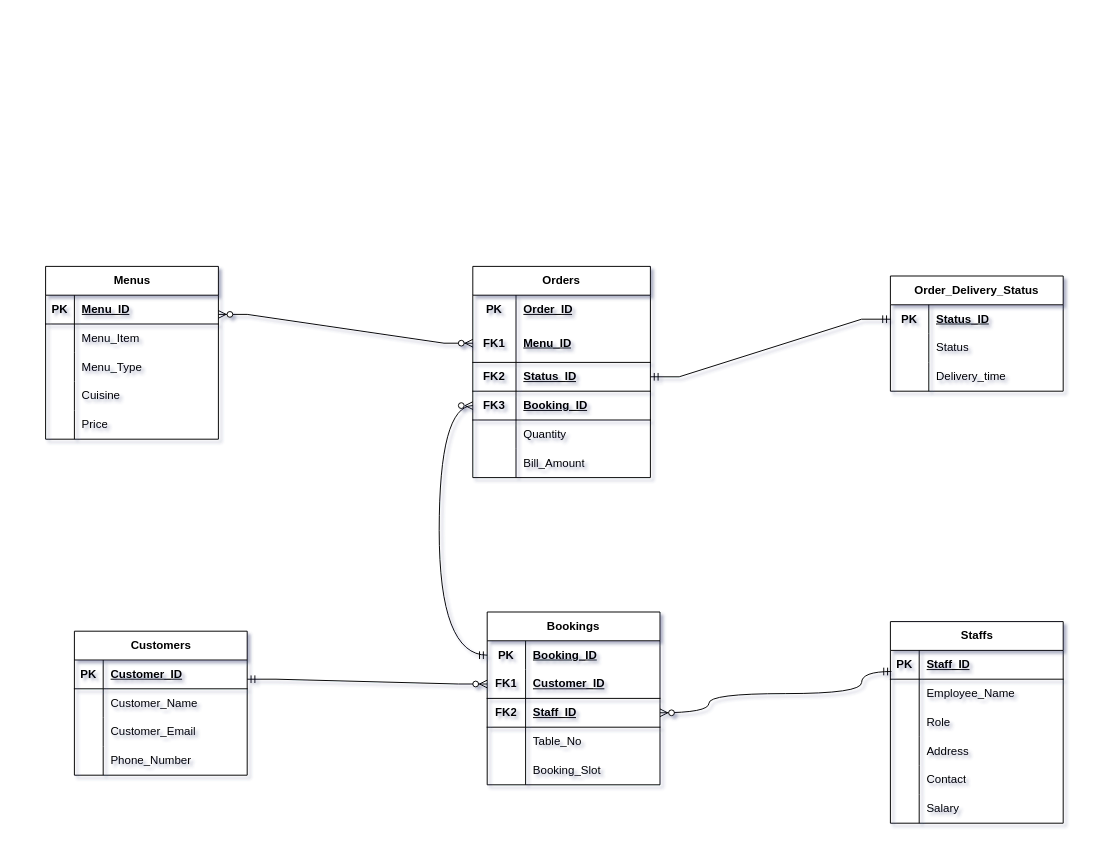
The draw.io diagram page "Page-2" (2 of 2) of Little_Lemon ER-Diagram.drawio in mafio039/db-capstone-project, before the edit. Source tidied: cells renumbered, new cells numbered last; positions are measured from the earlier drawing's top-left corner, leaving out a move shared by most shapes. Both pictures are drawn from the tidied source at 96%, with x=0, y=0 at pixel (45, 208).
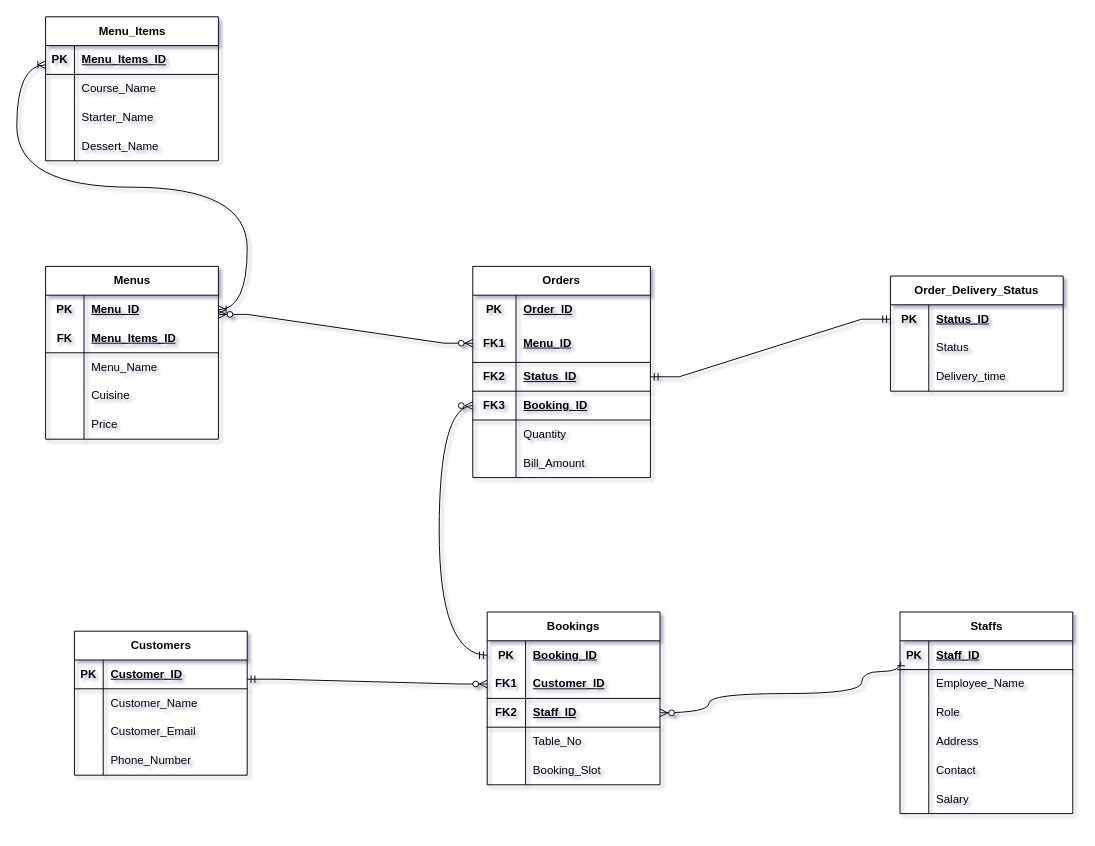
Above is the later version.

The change refers to these unchanged cells:
```xml
<mxCell id="2" value="Menus" style="shape=table;startSize=30;childLayout=tableLayout;rowLines=0;fontStyle=1;align=center;html=1;" parent="1" vertex="1">
  <mxGeometry y="60" width="180" height="180" as="geometry" />
</mxCell>
<mxCell id="9" style="shape=tableRow;horizontal=0;startSize=0;swimlaneHead=0;swimlaneBody=0;fillColor=none;top=0;left=0;right=0;bottom=0;" parent="2" vertex="1">
  <mxGeometry y="90" width="180" height="30" as="geometry" />
</mxCell>
<mxCell id="12" style="shape=tableRow;horizontal=0;startSize=0;swimlaneHead=0;swimlaneBody=0;fillColor=none;top=0;left=0;right=0;bottom=0;" parent="2" vertex="1">
  <mxGeometry y="120" width="180" height="30" as="geometry" />
</mxCell>
<mxCell id="15" style="shape=tableRow;horizontal=0;startSize=0;swimlaneHead=0;swimlaneBody=0;fillColor=none;top=0;left=0;right=0;bottom=0;" parent="2" vertex="1">
  <mxGeometry y="150" width="180" height="30" as="geometry" />
</mxCell>
```

What changed in the source:
```diff
@@
-    <mxCell id="3" style="shape=tableRow;horizontal=0;startSize=0;swimlaneHead=0;swimlaneBody=0;fillColor=none;top=0;left=0;right=0;bottom=1;" parent="2" vertex="1">
-      <mxGeometry y="30" width="180" height="30" as="geometry" />
-    </mxCell>
-    <mxCell id="4" value="PK" style="shape=partialRectangle;fillColor=none;top=0;left=0;bottom=0;right=0;fontStyle=1;overflow=hidden;whiteSpace=wrap;html=1;" parent="3" vertex="1">
-      <mxGeometry width="30" height="30" as="geometry" />
-    </mxCell>
+    <mxCell id="100" style="shape=tableRow;horizontal=0;startSize=0;swimlaneHead=0;swimlaneBody=0;fillColor=none;points=[[0,0.5],[1,0.5]];portConstraint=eastwest;top=0;left=0;right=0;bottom=0;html=1;" parent="2" vertex="1">
+      <mxGeometry y="30" width="180" height="30" as="geometry" />
+    </mxCell>
+    <mxCell id="101" value="PK" style="shape=partialRectangle;fillColor=none;top=0;left=0;bottom=0;right=0;fontStyle=1;overflow=hidden;html=1;whiteSpace=wrap;" parent="100" vertex="1">
+      <mxGeometry width="40" height="30" as="geometry" />
+    </mxCell>
-    <mxCell id="5" value="Menu_ID" style="shape=partialRectangle;fillColor=none;top=0;left=0;bottom=0;right=0;align=left;spacingLeft=6;fontStyle=5;overflow=hidden;whiteSpace=wrap;html=1;" parent="3" vertex="1">
-      <mxGeometry x="30" width="150" height="30" as="geometry" />
+    <mxCell id="5" value="Menu_ID" style="shape=partialRectangle;fillColor=none;top=0;left=0;bottom=0;right=0;align=left;spacingLeft=6;fontStyle=5;overflow=hidden;html=1;whiteSpace=wrap;" parent="100" vertex="1">
+      <mxGeometry x="40" width="140" height="30" as="geometry" />
     </mxCell>
-    <mxCell id="6" style="shape=tableRow;horizontal=0;startSize=0;swimlaneHead=0;swimlaneBody=0;fillColor=none;top=0;left=0;right=0;bottom=0;" parent="2" vertex="1">
-      <mxGeometry y="60" width="180" height="30" as="geometry" />
-    </mxCell>
-    <mxCell id="7" style="shape=partialRectangle;fillColor=none;top=0;left=0;bottom=0;right=0;overflow=hidden;whiteSpace=wrap;html=1;" parent="6" vertex="1">
-      <mxGeometry width="30" height="30" as="geometry" />
-    </mxCell>
-    <mxCell id="8" value="Menu_Item" style="shape=partialRectangle;fillColor=none;top=0;left=0;bottom=0;right=0;align=left;spacingLeft=6;overflow=hidden;whiteSpace=wrap;html=1;" parent="6" vertex="1">
-      <mxGeometry x="30" width="150" height="30" as="geometry" />
-    </mxCell>
+    <mxCell id="102" style="shape=tableRow;horizontal=0;startSize=0;swimlaneHead=0;swimlaneBody=0;fillColor=none;top=0;left=0;right=0;bottom=1;html=1;" parent="2" vertex="1">
+      <mxGeometry y="60" width="180" height="30" as="geometry" />
+    </mxCell>
+    <mxCell id="103" value="FK" style="shape=partialRectangle;fillColor=none;top=0;left=0;bottom=0;right=0;fontStyle=1;overflow=hidden;html=1;whiteSpace=wrap;" parent="102" vertex="1">
+      <mxGeometry width="40" height="30" as="geometry" />
+    </mxCell>
+    <mxCell id="104" value="Menu_Items_ID" style="shape=partialRectangle;fillColor=none;top=0;left=0;bottom=0;right=0;align=left;spacingLeft=6;fontStyle=5;overflow=hidden;html=1;whiteSpace=wrap;" parent="102" vertex="1">
+      <mxGeometry x="40" width="140" height="30" as="geometry" />
+    </mxCell>
@@
     <mxCell id="10" style="shape=partialRectangle;fillColor=none;top=0;left=0;bottom=0;right=0;overflow=hidden;whiteSpace=wrap;html=1;" parent="9" vertex="1">
-      <mxGeometry width="30" height="30" as="geometry" />
+      <mxGeometry width="40" height="30" as="geometry" />
     </mxCell>
-    <mxCell id="11" value="Menu_Type" style="shape=partialRectangle;fillColor=none;top=0;left=0;bottom=0;right=0;align=left;spacingLeft=6;overflow=hidden;whiteSpace=wrap;html=1;" parent="9" vertex="1">
-      <mxGeometry x="30" width="150" height="30" as="geometry" />
+    <mxCell id="11" value="Menu_Name" style="shape=partialRectangle;fillColor=none;top=0;left=0;bottom=0;right=0;align=left;spacingLeft=6;overflow=hidden;whiteSpace=wrap;html=1;" parent="9" vertex="1">
+      <mxGeometry x="40" width="140" height="30" as="geometry" />
     </mxCell>
@@
     <mxCell id="13" style="shape=partialRectangle;fillColor=none;top=0;left=0;bottom=0;right=0;overflow=hidden;whiteSpace=wrap;html=1;" parent="12" vertex="1">
-      <mxGeometry width="30" height="30" as="geometry" />
+      <mxGeometry width="40" height="30" as="geometry" />
     </mxCell>
     <mxCell id="14" value="Cuisine&amp;nbsp;" style="shape=partialRectangle;fillColor=none;top=0;left=0;bottom=0;right=0;align=left;spacingLeft=6;overflow=hidden;whiteSpace=wrap;html=1;" parent="12" vertex="1">
-      <mxGeometry x="30" width="150" height="30" as="geometry" />
+      <mxGeometry x="40" width="140" height="30" as="geometry" />
     </mxCell>
@@
     <mxCell id="16" style="shape=partialRectangle;fillColor=none;top=0;left=0;bottom=0;right=0;overflow=hidden;whiteSpace=wrap;html=1;" parent="15" vertex="1">
-      <mxGeometry width="30" height="30" as="geometry" />
+      <mxGeometry width="40" height="30" as="geometry" />
     </mxCell>
     <mxCell id="17" value="Price" style="shape=partialRectangle;fillColor=none;top=0;left=0;bottom=0;right=0;align=left;spacingLeft=6;overflow=hidden;whiteSpace=wrap;html=1;" parent="15" vertex="1">
-      <mxGeometry x="30" width="150" height="30" as="geometry" />
+      <mxGeometry x="40" width="140" height="30" as="geometry" />
     </mxCell>
@@
     <mxCell id="67" value="Staffs" style="shape=table;startSize=30;childLayout=tableLayout;rowLines=0;fontStyle=1;align=center;html=1;" parent="1" vertex="1">
-      <mxGeometry x="880" y="430" width="180" height="210" as="geometry" />
+      <mxGeometry x="890" y="420" width="180" height="210" as="geometry" />
     </mxCell>
@@
+    <mxCell id="105" value="Menu_Items" style="shape=table;startSize=30;childLayout=tableLayout;rowLines=0;fontStyle=1;align=center;html=1;" parent="1" vertex="1">
+      <mxGeometry y="-200" width="180" height="150" as="geometry" />
+    </mxCell>
+    <mxCell id="3" style="shape=tableRow;horizontal=0;startSize=0;swimlaneHead=0;swimlaneBody=0;fillColor=none;top=0;left=0;right=0;bottom=1;" parent="105" vertex="1">
+      <mxGeometry y="30" width="180" height="30" as="geometry" />
+    </mxCell>
+    <mxCell id="4" value="PK" style="shape=partialRectangle;fillColor=none;top=0;left=0;bottom=0;right=0;fontStyle=1;overflow=hidden;whiteSpace=wrap;html=1;" parent="3" vertex="1">
+      <mxGeometry width="30" height="30" as="geometry" />
+    </mxCell>
+    <mxCell id="106" value="Menu_Items_ID" style="shape=partialRectangle;fillColor=none;top=0;left=0;bottom=0;right=0;align=left;spacingLeft=6;fontStyle=5;overflow=hidden;whiteSpace=wrap;html=1;" parent="3" vertex="1">
+      <mxGeometry x="30" width="150" height="30" as="geometry" />
+    </mxCell>
+    <mxCell id="6" style="shape=tableRow;horizontal=0;startSize=0;swimlaneHead=0;swimlaneBody=0;fillColor=none;top=0;left=0;right=0;bottom=0;" parent="105" vertex="1">
+      <mxGeometry y="60" width="180" height="30" as="geometry" />
+    </mxCell>
+    <mxCell id="107" style="shape=partialRectangle;fillColor=none;top=0;left=0;bottom=0;right=0;overflow=hidden;whiteSpace=wrap;html=1;" parent="6" vertex="1">
+      <mxGeometry width="30" height="30" as="geometry" />
+    </mxCell>
+    <mxCell id="108" value="Course_Name&lt;span style=&quot;white-space: pre;&quot;&gt;&#9;&lt;/span&gt;" style="shape=partialRectangle;fillColor=none;top=0;left=0;bottom=0;right=0;align=left;spacingLeft=6;overflow=hidden;whiteSpace=wrap;html=1;" parent="6" vertex="1">
+      <mxGeometry x="30" width="150" height="30" as="geometry" />
+    </mxCell>
+    <mxCell id="109" style="shape=tableRow;horizontal=0;startSize=0;swimlaneHead=0;swimlaneBody=0;fillColor=none;top=0;left=0;right=0;bottom=0;" parent="105" vertex="1">
+      <mxGeometry y="90" width="180" height="30" as="geometry" />
+    </mxCell>
+    <mxCell id="110" style="shape=partialRectangle;fillColor=none;top=0;left=0;bottom=0;right=0;overflow=hidden;whiteSpace=wrap;html=1;" parent="109" vertex="1">
+      <mxGeometry width="30" height="30" as="geometry" />
+    </mxCell>
+    <mxCell id="111" value="Starter_Name" style="shape=partialRectangle;fillColor=none;top=0;left=0;bottom=0;right=0;align=left;spacingLeft=6;overflow=hidden;whiteSpace=wrap;html=1;" parent="109" vertex="1">
+      <mxGeometry x="30" width="150" height="30" as="geometry" />
+    </mxCell>
+    <mxCell id="112" style="shape=tableRow;horizontal=0;startSize=0;swimlaneHead=0;swimlaneBody=0;fillColor=none;top=0;left=0;right=0;bottom=0;" parent="105" vertex="1">
+      <mxGeometry y="120" width="180" height="30" as="geometry" />
+    </mxCell>
+    <mxCell id="113" style="shape=partialRectangle;fillColor=none;top=0;left=0;bottom=0;right=0;overflow=hidden;whiteSpace=wrap;html=1;" parent="112" vertex="1">
+      <mxGeometry width="30" height="30" as="geometry" />
+    </mxCell>
+    <mxCell id="114" value="Dessert_Name" style="shape=partialRectangle;fillColor=none;top=0;left=0;bottom=0;right=0;align=left;spacingLeft=6;overflow=hidden;whiteSpace=wrap;html=1;" parent="112" vertex="1">
+      <mxGeometry x="30" width="150" height="30" as="geometry" />
+    </mxCell>
+    <mxCell id="115" style="edgeStyle=entityRelationEdgeStyle;fontSize=12;html=1;endArrow=ERoneToMany;startArrow=ERoneToMany;rounded=0;curved=1;" parent="1" edge="1" source="100">
+      <mxGeometry relative="1" as="geometry">
+        <mxPoint y="-150" as="targetPoint" />
+        <Array as="points">
+          <mxPoint x="-70" y="-30" />
+          <mxPoint x="-60" y="-40" />
+          <mxPoint x="-60" y="-10" />
+          <mxPoint x="-60" y="-30" />
+        </Array>
+      </mxGeometry>
+    </mxCell>
```
